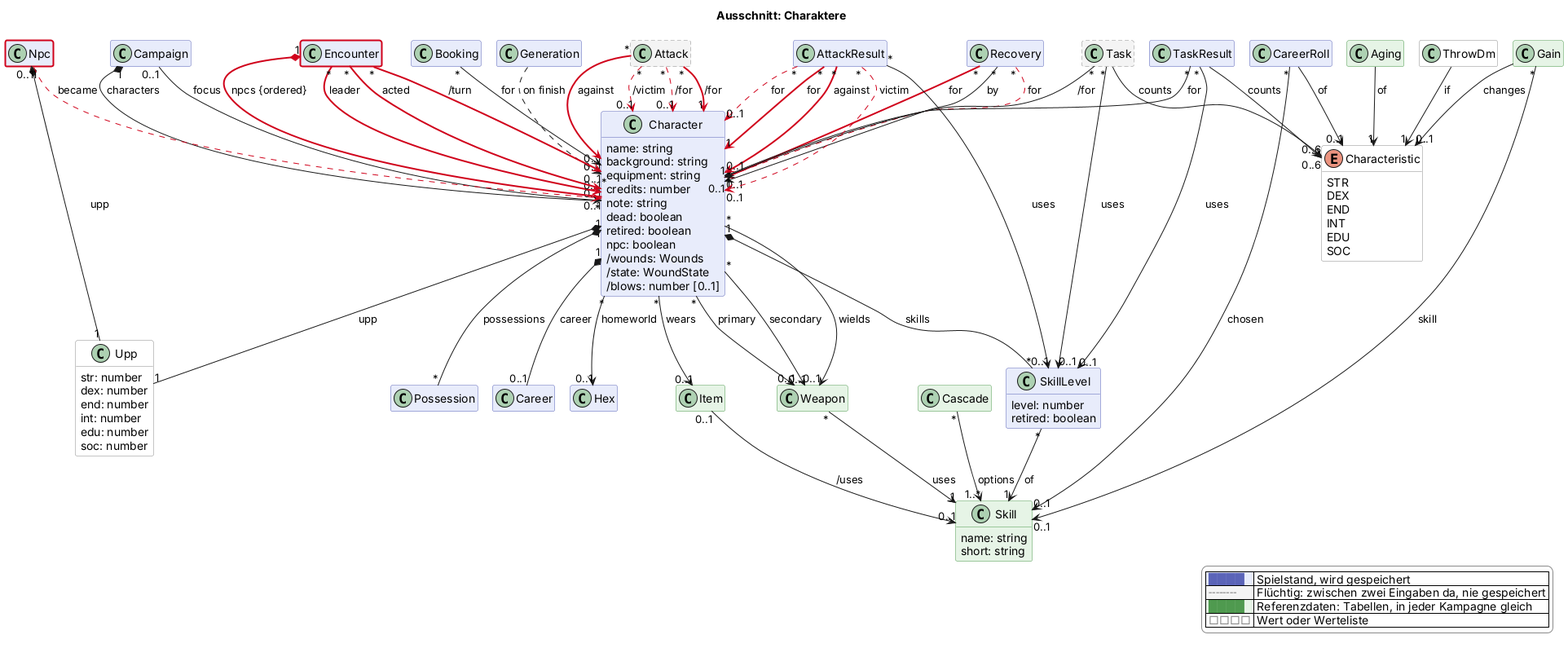
Before: docs/views/charakter.png, a diagram exported from PlantUML (scuzzar/SRE).
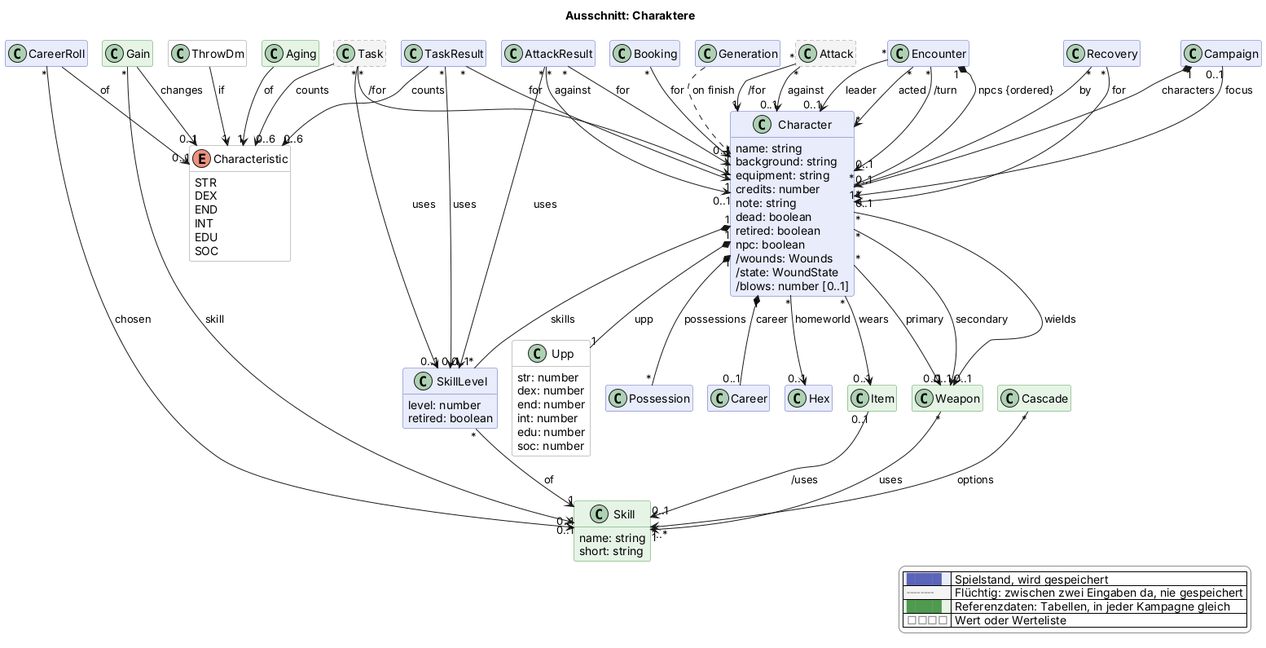
The same diagram one commit later.

What changed in the source:
```diff
@@ -108,7 +108,6 @@
   class AttackResult $kampf
   class Recovery $kampf
   class Encounter $begegnung
-  class Npc $begegnung
 
   class Skill <<reference>> $charakter {
     name: string
@@ -157,8 +156,7 @@
 
 Weapon "*" --> "1" Skill : uses
 
-Recovery "*" -$goneArrow("2026-11-08c")-> "0..1" Character : for
-Recovery "*" -$newArrow("2026-11-08c")-> "1" Character : for
+Recovery "*" --> "1" Character : for
 Recovery "*" --> "0..1" Character : by
 TaskResult "*" --> "1" Character : for
 TaskResult "*" --> "0..1" SkillLevel : uses
@@ -168,22 +166,16 @@
 Task "*" --> "0..1" SkillLevel : uses
 Task --> "0..6" Characteristic : counts
 
-Attack "*" -$goneArrow("2026-11-08c")-> "0..1" Character : /for
-Attack "*" -$newArrow("2026-11-08c")-> "1" Character : /for
-Attack "*" -$newArrow("2026-11-08c")-> "0..1" Character : against
-Attack "*" -$goneArrow("2026-11-08c")-> "0..1" Character : /victim
-AttackResult "*" -$goneArrow("2026-11-08c")-> "0..1" Character : for
-AttackResult "*" -$newArrow("2026-11-08c")-> "1" Character : for
-AttackResult "*" -$newArrow("2026-11-08c")-> "0..1" Character : against
-AttackResult "*" -$goneArrow("2026-11-08c")-> "0..1" Character : victim
+Attack "*" --> "1" Character : /for
+Attack "*" --> "0..1" Character : against
+AttackResult "*" --> "1" Character : for
+AttackResult "*" --> "0..1" Character : against
 AttackResult "*" --> "0..1" SkillLevel : uses
 
-Encounter "1" *-$newArrow("2026-11-08c")- "*" Character : npcs {ordered}
-Encounter "*" -$newArrow("2026-11-08c")-> "0..1" Character : leader
-Encounter "*" -$newArrow("2026-11-08c")-> "*" Character : acted
-Encounter "*" -$newArrow("2026-11-08c")-> "0..1" Character : /turn
-Npc "1" *-- "1" Upp : upp
-Npc "0..1" -$goneArrow("2026-11-08c")-> "0..1" Character : became
+Encounter "1" *-- "*" Character : npcs {ordered}
+Encounter "*" --> "0..1" Character : leader
+Encounter "*" --> "*" Character : acted
+Encounter "*" --> "0..1" Character : /turn
 Character "*" --> "0..1" Item : wears
 
 
@@ -194,6 +186,4 @@
   |<#e6f4e6> <color:#4f9a4f>████</color> | Referenzdaten: Tabellen, in jeder Kampagne gleich |
   |<#ffffff> <color:#8a8a8a>□□□□</color> | Wert oder Werteliste |
 endlegend
-class Encounter #line:d0021b;line.bold
-class Npc #line:d0021b;line.bold
 @enduml
```
